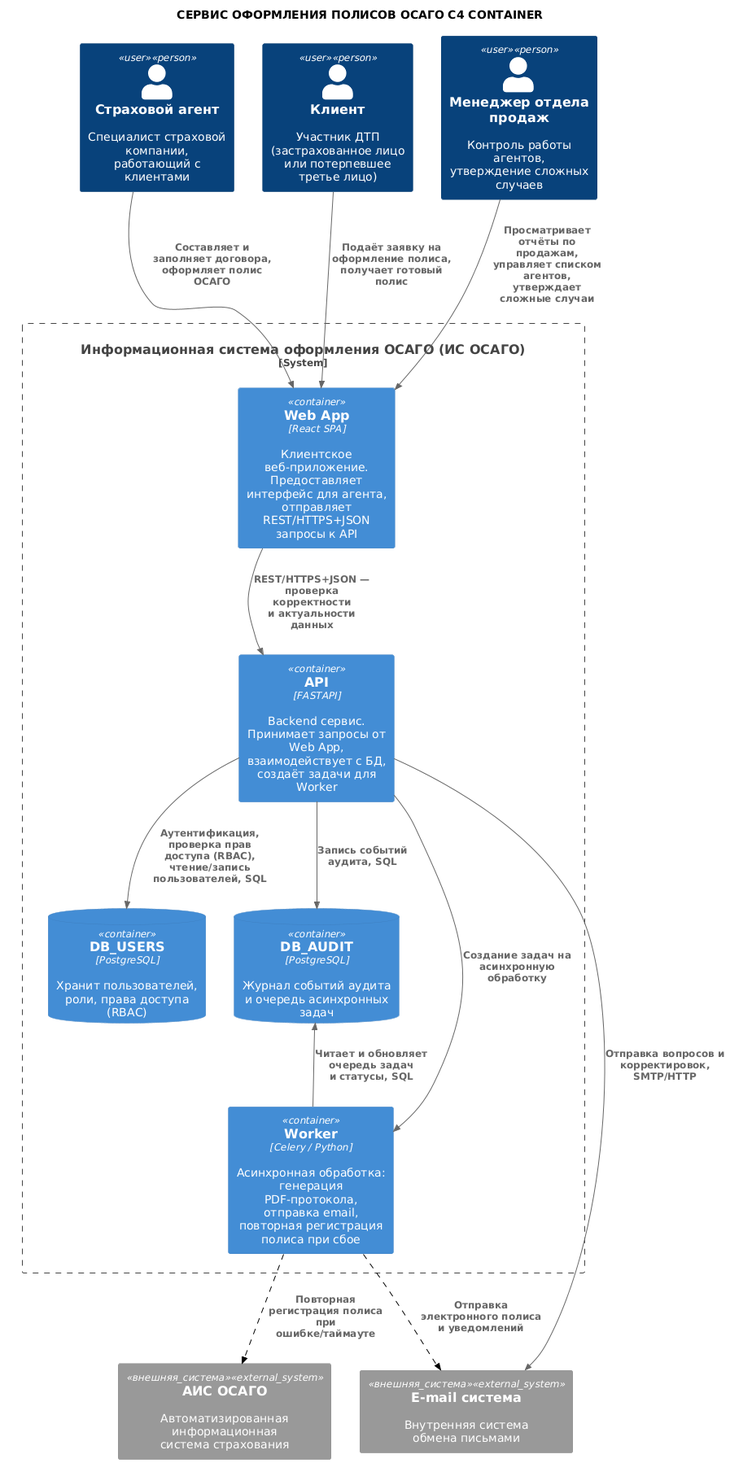
This is architecture/docs/images/romanov_webapp/L2_container.png from ElectricLight-ELO/Insurance-system, a PlantUML export, as it was before one commit.
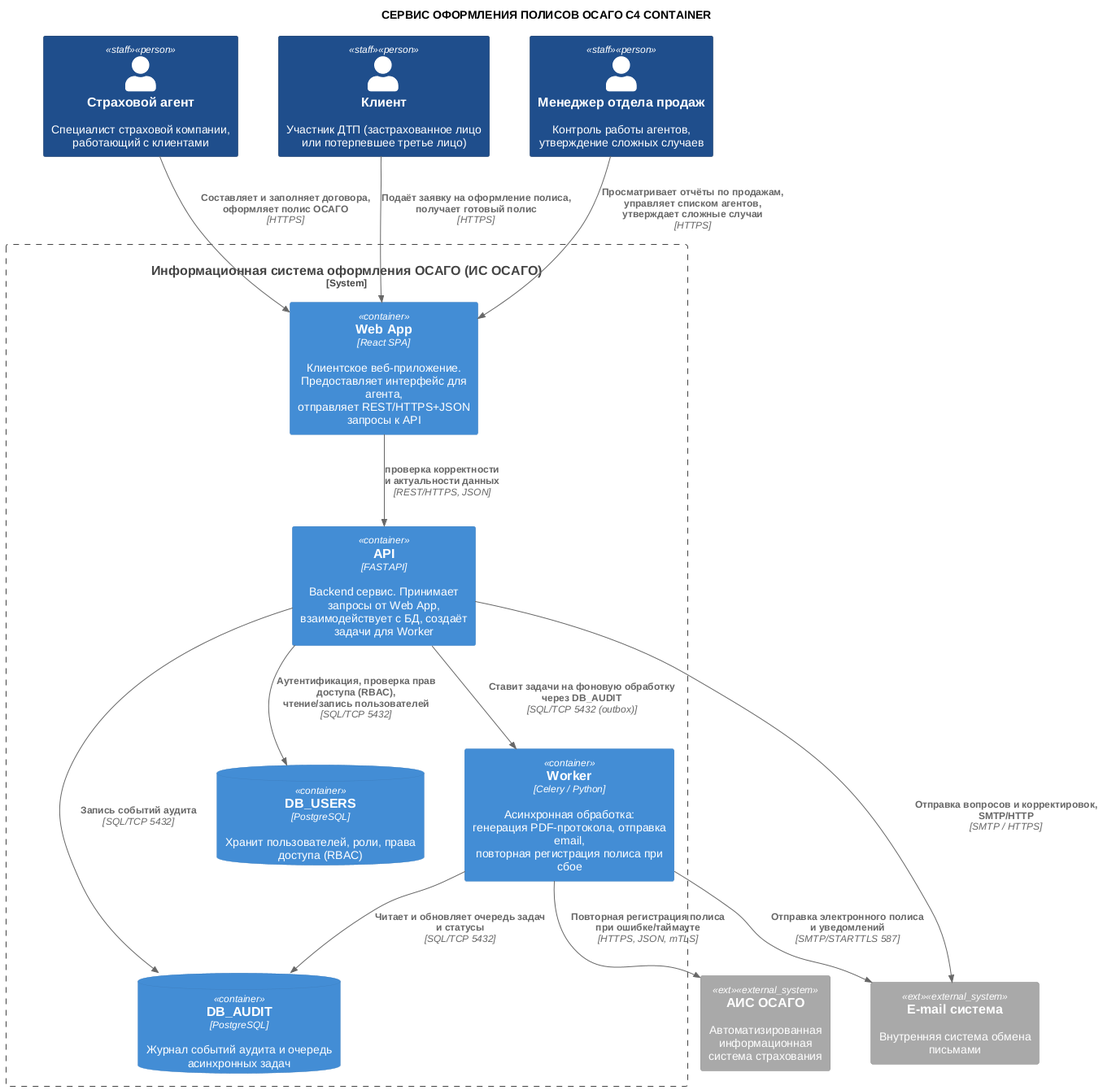
After the commit.

What changed in the source:
```diff
@@ -1,52 +1,46 @@
 @startuml
-!include <C4/C4_Container>
-
+!include ../core/C4_Container.puml
 LAYOUT_TOP_DOWN()
-skinparam wrapWidth 185
-skinparam maxMessageSize 150
 
 title СЕРВИС ОФОРМЛЕНИЯ ПОЛИСОВ ОСАГО C4 CONTAINER
 
-AddRelTag("пунктир", $lineStyle=DashedLine(), $lineColor="#000000")
-
-Person(agent, "Страховой агент", "Специалист страховой компании,\nработающий с клиентами", $tags="user")
-Person(client, "Клиент", "Участник ДТП (застрахованное лицо\nили потерпевшее третье лицо)", $tags="user")
-Person(manager, "Менеджер отдела продаж", "Контроль работы агентов,\nутверждение сложных случаев", $tags="user")
+Person(agent, "Страховой агент", "Специалист страховой компании,\nработающий с клиентами", $tags="staff")
+Person(client, "Клиент", "Участник ДТП (застрахованное лицо\nили потерпевшее третье лицо)", $tags="staff")
+Person(manager, "Менеджер отдела продаж", "Контроль работы агентов,\nутверждение сложных случаев", $tags="staff")
 
 System_Boundary(osago_service, "Информационная система оформления ОСАГО (ИС ОСАГО)") {
+
     Container(web_app, "Web App", "React SPA", "Клиентское веб-приложение. Предоставляет интерфейс для агента,\nотправляет REST/HTTPS+JSON запросы к API")
+
     Container(api, "API", "FASTAPI", "Backend сервис. Принимает запросы от Web App,\nвзаимодействует с БД, создаёт задачи для Worker")
+
     Container(worker, "Worker", "Celery / Python", "Асинхронная обработка:\nгенерация PDF-протокола, отправка email,\nповторная регистрация полиса при сбое")
+
     ContainerDb(db_users, "DB_USERS", "PostgreSQL", "Хранит пользователей, роли, права доступа (RBAC)")
     ContainerDb(db_audit, "DB_AUDIT", "PostgreSQL", "Журнал событий аудита и очередь асинхронных задач")
 }
 
-System_Ext(ais_osago, "АИС ОСАГО", "Автоматизированная информационная\nсистема страхования", $tags="внешняя_система")
-System_Ext(email_sys, "E-mail система", "Внутренняя система обмена письмами", $tags="внешняя_система")
+System_Ext(ais_osago, "АИС ОСАГО", "Автоматизированная информационная\nсистема страхования", $tags="ext")
+System_Ext(email_sys, "E-mail система", "Внутренняя система обмена письмами", $tags="ext")
 
-Rel(agent, web_app, "Составляет и заполняет договора,\nоформляет полис ОСАГО")
-Rel(client, web_app, "Подаёт заявку на оформление полиса,\nполучает готовый полис")
-Rel(manager, web_app, "Просматривает отчёты по продажам,\nуправляет списком агентов,\nутверждает сложные случаи")
-Rel(web_app, api, "REST/HTTPS+JSON — проверка корректности\nи актуальности данных")
+Rel(agent, web_app, "Составляет и заполняет договора,\nоформляет полис ОСАГО", "HTTPS")
 
-Rel(api, worker, "Создание задач на асинхронную обработку")
-Rel(api, db_users, "Аутентификация, проверка прав доступа (RBAC),\nчтение/запись пользователей, SQL")
-Rel(api, db_audit, "Запись событий аудита, SQL")
-Rel(worker, db_audit, "Читает и обновляет очередь задач\nи статусы, SQL")
+Rel(client, web_app, "Подаёт заявку на оформление полиса,\nполучает готовый полис", "HTTPS")
 
-Rel(worker, ais_osago, "Повторная регистрация полиса\nпри ошибке/таймауте", $tags="пунктир")
-Rel(worker, email_sys, "Отправка электронного полиса\nи уведомлений", $tags="пунктир")
-Rel(api, email_sys, "Отправка вопросов и корректировок,\nSMTP/HTTP")
+Rel(manager, web_app, "Просматривает отчёты по продажам,\nуправляет списком агентов,\nутверждает сложные случаи", "HTTPS")
 
-agent -[hidden]right- client
-client -[hidden]right- manager
-agent -[hidden]down- web_app
-web_app -[hidden]down- api
-api -[hidden]down- db_users
-db_users -[hidden]right- db_audit
-db_users -[hidden]down- worker
-db_audit -[hidden]down- worker
-osago_service -[hidden]down- ais_osago
-ais_osago -[hidden]right- email_sys
+Rel(web_app, api, "проверка корректности\nи актуальности данных", "REST/HTTPS, JSON")
 
+Rel(api, worker, "Ставит задачи на фоновую обработку через DB_AUDIT", "SQL/TCP 5432 (outbox)")
+Rel(api, db_users, "Аутентификация, проверка прав доступа (RBAC),\nчтение/запись пользователей", "SQL/TCP 5432")
+
+Rel(api, db_audit, "Запись событий аудита", "SQL/TCP 5432")
+
+Rel(worker, db_audit, "Читает и обновляет очередь задач\nи статусы", "SQL/TCP 5432")
+
+Rel(worker, ais_osago, "Повторная регистрация полиса\nпри ошибке/таймауте", $tags="пунктир", "HTTPS, JSON, mTLS")
+
+Rel(worker, email_sys, "Отправка электронного полиса\nи уведомлений", $tags="пунктир", "SMTP/STARTTLS 587")
+
+Rel(api, email_sys, "Отправка вопросов и корректировок,\nSMTP/HTTP", "SMTP / HTTPS")
 @enduml
```
